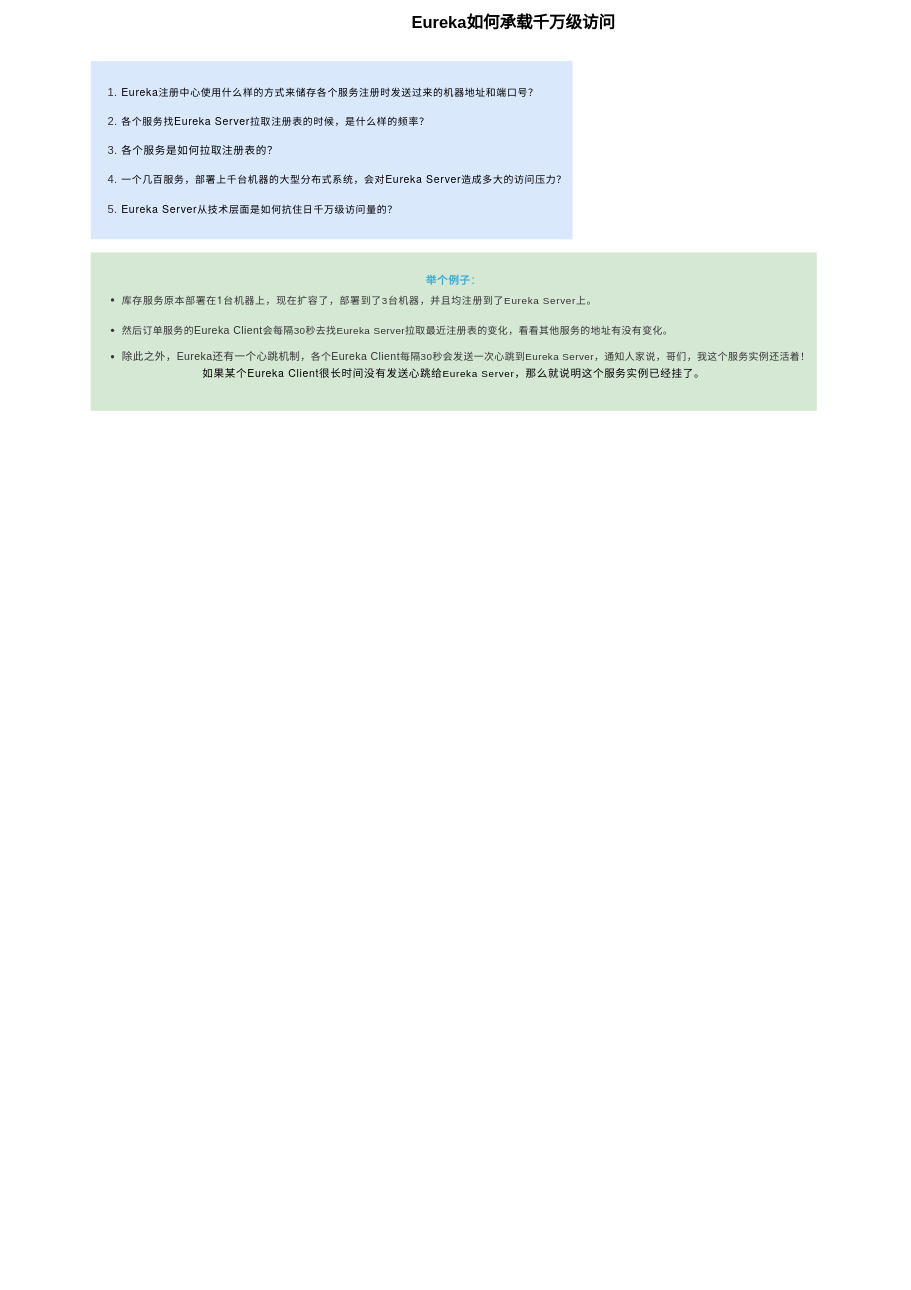
Earlier version of the draw.io diagram page "Eureka如何承载千万级访问" (2 of 2) of CI/CI/moeed.drawio (liudongdong0909/draw). Source tidied: cells renumbered, new cells numbered last; positions are measured from the earlier drawing's top-left corner, leaving out a move shared by most shapes. Both pictures are drawn from the tidied source at 66%, with x=0, y=0 at pixel (90, 11).
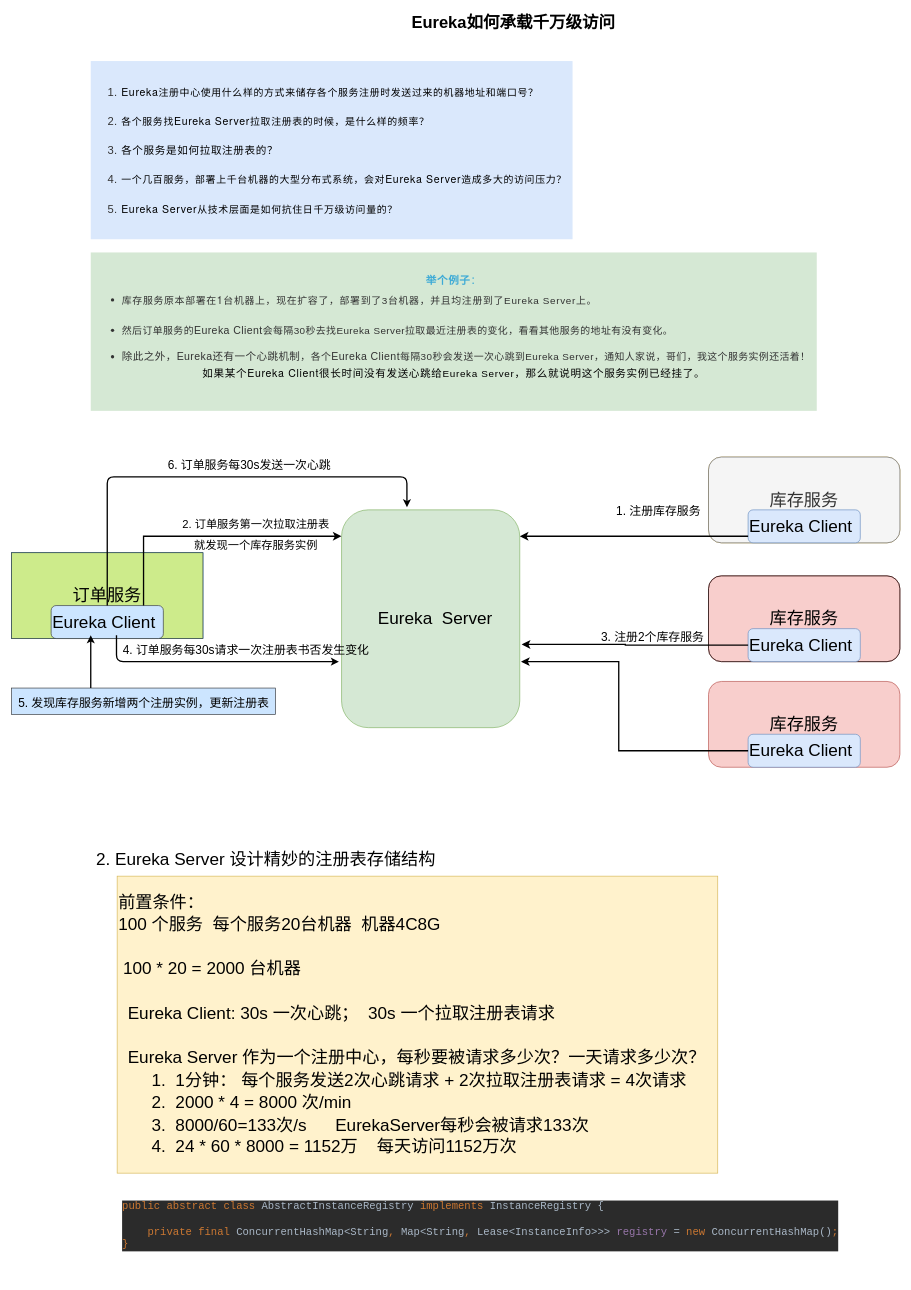
The same diagram, later.

The edit, as a diff of the source:
```diff
@@
+    <mxCell id="5" value="&amp;nbsp; Eureka&amp;nbsp; Server" style="whiteSpace=wrap;html=1;rounded=1;fontSize=26;align=center;fillColor=#d5e8d4;strokeColor=#82b366;" parent="1" vertex="1">
+      <mxGeometry x="380" y="755" width="270" height="330" as="geometry" />
+    </mxCell>
+    <mxCell id="6" style="group;" parent="1" vertex="1">
+      <mxGeometry x="936" y="665" width="290" height="140" as="geometry" />
+    </mxCell>
+    <mxCell id="7" style="group;fillColor=#fff2cc;strokeColor=#d6b656;rounded=1;" parent="6" vertex="1">
+      <mxGeometry y="10" width="290" height="130" as="geometry" />
+    </mxCell>
+    <mxCell id="8" value="库存服务" style="whiteSpace=wrap;html=1;rounded=1;fillColor=#f5f5f5;fontSize=26;align=center;strokeColor=#666666;fontColor=#333333;" parent="7" vertex="1">
+      <mxGeometry width="290" height="130" as="geometry" />
+    </mxCell>
+    <mxCell id="9" value="Eureka Client" style="whiteSpace=wrap;html=1;rounded=1;fillColor=#dae8fc;fontSize=26;align=left;strokeColor=#6c8ebf;" parent="7" vertex="1">
+      <mxGeometry x="60" y="80" width="170" height="50" as="geometry" />
+    </mxCell>
+    <mxCell id="10" style="group;fillColor=#f8cecc;strokeColor=#b85450;rounded=1;" parent="1" vertex="1">
+      <mxGeometry x="936" y="855" width="290" height="130" as="geometry" />
+    </mxCell>
+    <mxCell id="11" value="库存服务" style="whiteSpace=wrap;html=1;rounded=1;fillColor=none;fontSize=26;align=center;" parent="10" vertex="1">
+      <mxGeometry width="290" height="130" as="geometry" />
+    </mxCell>
+    <mxCell id="12" value="Eureka Client" style="whiteSpace=wrap;html=1;rounded=1;fillColor=#dae8fc;fontSize=26;align=left;strokeColor=#6c8ebf;" parent="10" vertex="1">
+      <mxGeometry x="60" y="80" width="170" height="50" as="geometry" />
+    </mxCell>
+    <mxCell id="13" style="group;rounded=1;" parent="1" vertex="1">
+      <mxGeometry x="936" y="1015" width="290" height="130" as="geometry" />
+    </mxCell>
+    <mxCell id="14" value="库存服务" style="whiteSpace=wrap;html=1;rounded=1;fillColor=#f8cecc;fontSize=26;align=center;strokeColor=#b85450;" parent="13" vertex="1">
+      <mxGeometry width="290" height="130" as="geometry" />
+    </mxCell>
+    <mxCell id="15" value="Eureka Client" style="whiteSpace=wrap;html=1;rounded=1;fillColor=#dae8fc;fontSize=26;align=left;strokeColor=#6c8ebf;" parent="13" vertex="1">
+      <mxGeometry x="60" y="80" width="170" height="50" as="geometry" />
+    </mxCell>
+    <mxCell id="16" style="group;" parent="1" vertex="1">
+      <mxGeometry x="-120" y="810" width="290" height="140" as="geometry" />
+    </mxCell>
+    <mxCell id="17" style="group;fillColor=#1ba1e2;strokeColor=#006EAF;fontColor=#ffffff;" parent="16" vertex="1">
+      <mxGeometry y="10" width="290" height="130" as="geometry" />
+    </mxCell>
+    <mxCell id="18" value="订单服务" style="whiteSpace=wrap;html=1;rounded=0;fillColor=#cdeb8b;fontSize=26;align=center;strokeColor=#36393d;" parent="17" vertex="1">
+      <mxGeometry width="290" height="130" as="geometry" />
+    </mxCell>
+    <mxCell id="19" value="Eureka Client" style="whiteSpace=wrap;html=1;rounded=1;fillColor=#cce5ff;fontSize=26;align=left;strokeColor=#36393d;" parent="17" vertex="1">
+      <mxGeometry x="60" y="80" width="170" height="50" as="geometry" />
+    </mxCell>
+    <mxCell id="20" style="edgeStyle=orthogonalEdgeStyle;rounded=0;jettySize=auto;html=1;endSize=7;strokeWidth=2;fontSize=26;" parent="1" edge="1" target="5">
+      <mxGeometry relative="1" as="geometry">
+        <mxPoint x="996" y="795" as="sourcePoint" />
+        <Array as="points">
+          <mxPoint x="996" y="795" />
+        </Array>
+      </mxGeometry>
+    </mxCell>
+    <mxCell id="21" value="&lt;font style=&quot;font-size: 18px&quot;&gt;1. 注册库存服务&lt;/font&gt;" style="text;html=1;align=center;verticalAlign=middle;fontSize=26;" parent="1" vertex="1">
+      <mxGeometry x="790" y="735" width="140" height="40" as="geometry" />
+    </mxCell>
+    <mxCell id="22" style="edgeStyle=orthogonalEdgeStyle;rounded=0;jettySize=auto;html=1;endSize=7;strokeWidth=2;fontSize=26;" parent="1" edge="1" source="19">
+      <mxGeometry relative="1" as="geometry">
+        <mxPoint x="380" y="795" as="targetPoint" />
+        <Array as="points">
+          <mxPoint x="80" y="795" />
+        </Array>
+      </mxGeometry>
+    </mxCell>
+    <mxCell id="23" value="&lt;font style=&quot;font-size: 17px&quot;&gt;2. 订单服务第一次拉取注册表&lt;br&gt;就发现一个库存服务实例&lt;/font&gt;" style="text;html=1;align=center;verticalAlign=middle;fontSize=26;" parent="1" vertex="1">
+      <mxGeometry x="130" y="755" width="240" height="70" as="geometry" />
+    </mxCell>
+    <mxCell id="24" style="edgeStyle=orthogonalEdgeStyle;rounded=0;jettySize=auto;html=1;endSize=7;strokeWidth=2;fontSize=26;entryX=1.011;entryY=0.618;entryDx=0;entryDy=0;exitX=0;exitY=0.5;exitDx=0;exitDy=0;entryPerimeter=0;" parent="1" edge="1" source="12" target="5">
+      <mxGeometry relative="1" as="geometry">
+        <Array as="points">
+          <mxPoint x="810" y="960" />
+          <mxPoint x="810" y="959" />
+        </Array>
+      </mxGeometry>
+    </mxCell>
+    <mxCell id="25" style="edgeStyle=orthogonalEdgeStyle;rounded=0;jettySize=auto;html=1;endSize=7;strokeWidth=2;fontSize=26;entryX=1.007;entryY=0.697;entryDx=0;entryDy=0;entryPerimeter=0;exitX=0;exitY=0.5;exitDx=0;exitDy=0;" parent="1" edge="1" source="15" target="5">
+      <mxGeometry relative="1" as="geometry">
+        <Array as="points">
+          <mxPoint x="800" y="1120" />
+          <mxPoint x="800" y="985" />
+        </Array>
+      </mxGeometry>
+    </mxCell>
+    <mxCell id="26" value="&lt;font style=&quot;font-size: 18px&quot;&gt;3. 注册2个库存服务&lt;/font&gt;" style="text;html=1;align=center;verticalAlign=middle;fontSize=26;" parent="1" vertex="1">
+      <mxGeometry x="766" y="925" width="170" height="40" as="geometry" />
+    </mxCell>
+    <mxCell id="27" style="endArrow=classic;html=1;strokeWidth=2;fontSize=26;" parent="1" edge="1">
+      <mxGeometry relative="1" as="geometry">
+        <mxPoint x="39" y="945" as="sourcePoint" />
+        <mxPoint x="376" y="985" as="targetPoint" />
+        <Array as="points">
+          <mxPoint x="39" y="985" />
+        </Array>
+      </mxGeometry>
+    </mxCell>
+    <mxCell id="28" value="&lt;font style=&quot;font-size: 18px&quot;&gt;4. 订单服务每30s请求一次注册表书否发生变化&lt;/font&gt;" style="text;html=1;align=center;verticalAlign=middle;fontSize=26;" parent="1" vertex="1">
+      <mxGeometry x="40" y="945" width="390" height="40" as="geometry" />
+    </mxCell>
+    <mxCell id="29" value="&lt;font style=&quot;font-size: 18px&quot;&gt;5. 发现库存服务新增两个注册实例，更新注册表&lt;/font&gt;" style="text;html=1;align=center;verticalAlign=middle;points=[];fontSize=26;fillColor=#cce5ff;strokeColor=#36393d;" parent="1" vertex="1">
+      <mxGeometry x="-120" y="1025" width="400" height="40" as="geometry" />
+    </mxCell>
+    <mxCell id="30" style="endArrow=classic;html=1;strokeWidth=2;fontSize=26;exitX=0.3;exitY=0;exitDx=0;exitDy=0;exitPerimeter=0;" parent="1" edge="1" source="29">
+      <mxGeometry relative="1" as="geometry">
+        <mxPoint y="945" as="targetPoint" />
+      </mxGeometry>
+    </mxCell>
+    <mxCell id="31" style="endArrow=classic;html=1;strokeWidth=2;fontSize=26;entryX=0.367;entryY=-0.012;entryDx=0;entryDy=0;entryPerimeter=0;exitX=0.5;exitY=0;exitDx=0;exitDy=0;" parent="1" edge="1" source="19" target="5">
+      <mxGeometry relative="1" as="geometry">
+        <Array as="points">
+          <mxPoint x="25" y="705" />
+          <mxPoint x="479" y="705" />
+        </Array>
+      </mxGeometry>
+    </mxCell>
+    <mxCell id="32" value="&lt;font style=&quot;font-size: 18px&quot;&gt;6. 订单服务每30s发送一次心跳&lt;/font&gt;" style="text;html=1;align=center;verticalAlign=middle;fontSize=26;" parent="1" vertex="1">
+      <mxGeometry x="110" y="665" width="260" height="40" as="geometry" />
+    </mxCell>
+    <mxCell id="33" value="2. Eureka Server 设计精妙的注册表存储结构" style="text;html=1;align=center;verticalAlign=middle;fontSize=26;" parent="1" vertex="1">
+      <mxGeometry y="1265" width="530" height="40" as="geometry" />
+    </mxCell>
+    <mxCell id="34" value="&lt;p style=&quot;line-height: 130%&quot;&gt;前置条件：&lt;br&gt;100 个服务&amp;nbsp; 每个服务20台机器&amp;nbsp; 机器4C8G&lt;br&gt;&lt;br&gt;&amp;nbsp;100 * 20 = 2000 台机器&lt;br&gt;&amp;nbsp;&amp;nbsp;&lt;br&gt;&amp;nbsp; Eureka Client: 30s 一次心跳；&amp;nbsp; 30s 一个拉取注册表请求&lt;br&gt;&lt;br&gt;&amp;nbsp; Eureka Server 作为一个注册中心，每秒要被请求多少次？一天请求多少次？&lt;br&gt;&amp;nbsp; &amp;nbsp; &amp;nbsp; &amp;nbsp;1.&amp;nbsp; 1分钟： 每个服务发送2次心跳请求 + 2次拉取注册表请求 = 4次请求&lt;br&gt;&amp;nbsp; &amp;nbsp; &amp;nbsp; &amp;nbsp;2.&amp;nbsp; 2000 * 4 = 8000 次/min&lt;br&gt;&amp;nbsp; &amp;nbsp; &amp;nbsp; &amp;nbsp;3.&amp;nbsp; 8000/60=133次/s&amp;nbsp; &amp;nbsp; &amp;nbsp; EurekaServer每秒会被请求133次&lt;br&gt;&amp;nbsp; &amp;nbsp; &amp;nbsp; &amp;nbsp;4.&amp;nbsp; 24 * 60 * 8000 = 1152万&amp;nbsp; &amp;nbsp; 每天访问1152万次&lt;/p&gt;" style="text;html=1;align=left;verticalAlign=middle;fontSize=26;fillColor=#fff2cc;strokeColor=#d6b656;" parent="1" vertex="1">
+      <mxGeometry x="40" y="1310" width="910" height="450" as="geometry" />
+    </mxCell>
+    <mxCell id="35" value="&lt;pre style=&quot;background-color: #2b2b2b ; color: #a9b7c6 ; font-family: &amp;#34;meslo lg m dz for powerline&amp;#34; , monospace ; font-size: 12.0pt&quot;&gt;&lt;div style=&quot;text-align: left&quot;&gt;&lt;span style=&quot;font-size: 12pt ; white-space: nowrap ; color: rgb(204 , 120 , 50)&quot;&gt;public abstract class &lt;/span&gt;&lt;span style=&quot;font-size: 12pt ; white-space: nowrap&quot;&gt;AbstractInstanceRegistry &lt;/span&gt;&lt;span style=&quot;font-size: 12pt ; white-space: nowrap ; color: rgb(204 , 120 , 50)&quot;&gt;implements &lt;/span&gt;&lt;span style=&quot;font-size: 12pt ; white-space: nowrap&quot;&gt;InstanceRegistry {&lt;/span&gt;&lt;/div&gt;&lt;div style=&quot;text-align: left&quot;&gt;&lt;br&gt;&lt;/div&gt;&lt;span style=&quot;color: #cc7832&quot;&gt;    private final &lt;/span&gt;ConcurrentHashMap&amp;lt;String&lt;span style=&quot;color: #cc7832&quot;&gt;, &lt;/span&gt;Map&amp;lt;String&lt;span style=&quot;color: #cc7832&quot;&gt;, &lt;/span&gt;Lease&amp;lt;InstanceInfo&amp;gt;&amp;gt;&amp;gt; &lt;span style=&quot;color: #9876aa&quot;&gt;registry &lt;/span&gt;= &lt;span style=&quot;color: #cc7832&quot;&gt;new &lt;/span&gt;ConcurrentHashMap()&lt;span style=&quot;color: #cc7832&quot;&gt;;&lt;br/&gt;&lt;div style=&quot;text-align: left&quot;&gt;&lt;span style=&quot;font-size: 12pt ; white-space: nowrap&quot;&gt;}&lt;/span&gt;&lt;/div&gt;&lt;/span&gt;&lt;/pre&gt;" style="text;html=1;align=center;verticalAlign=middle;fontSize=26;" parent="1" vertex="1">
+      <mxGeometry x="40" y="1760" width="1100" height="160" as="geometry" />
+    </mxCell>
```
